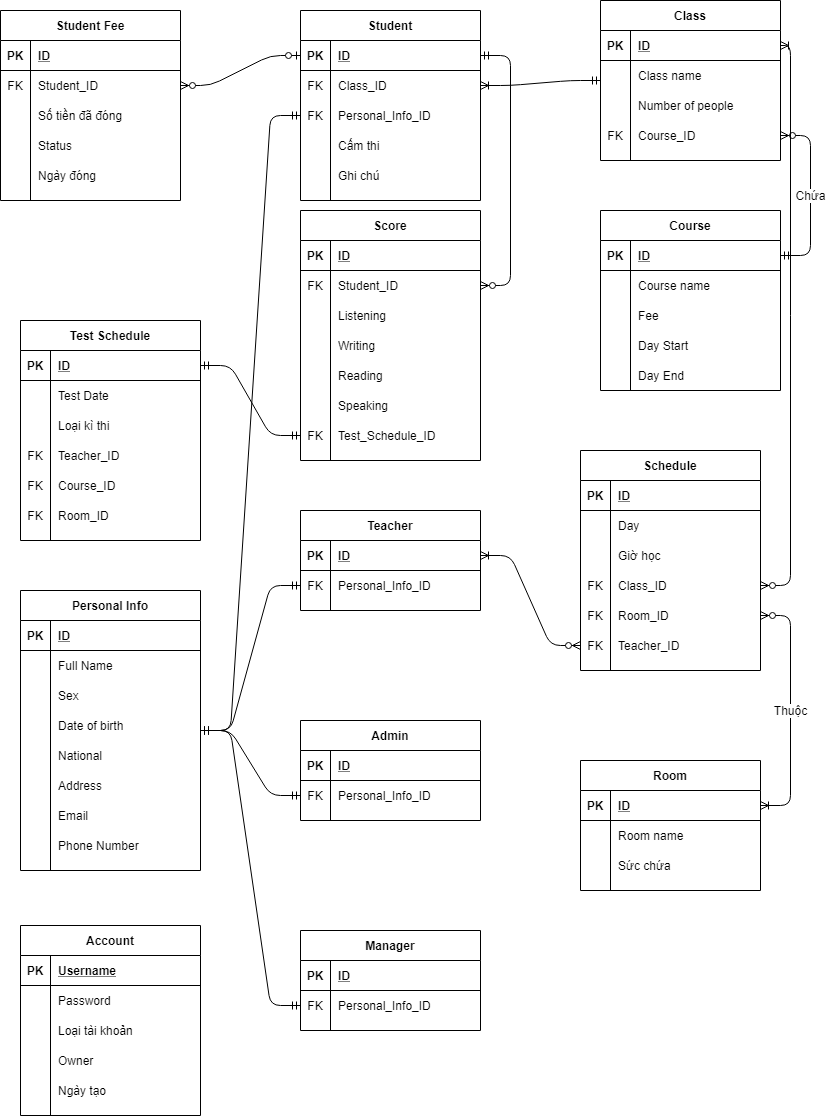
This is ERD QlyHocVienTTAVpng.png from truongthang2211/QlyHocVienTTAV, a draw.io export, as it was before one commit. Source tidied: cells renumbered, new cells last; positions are measured from the earlier drawing's top-left corner, leaving out a move shared by most shapes.
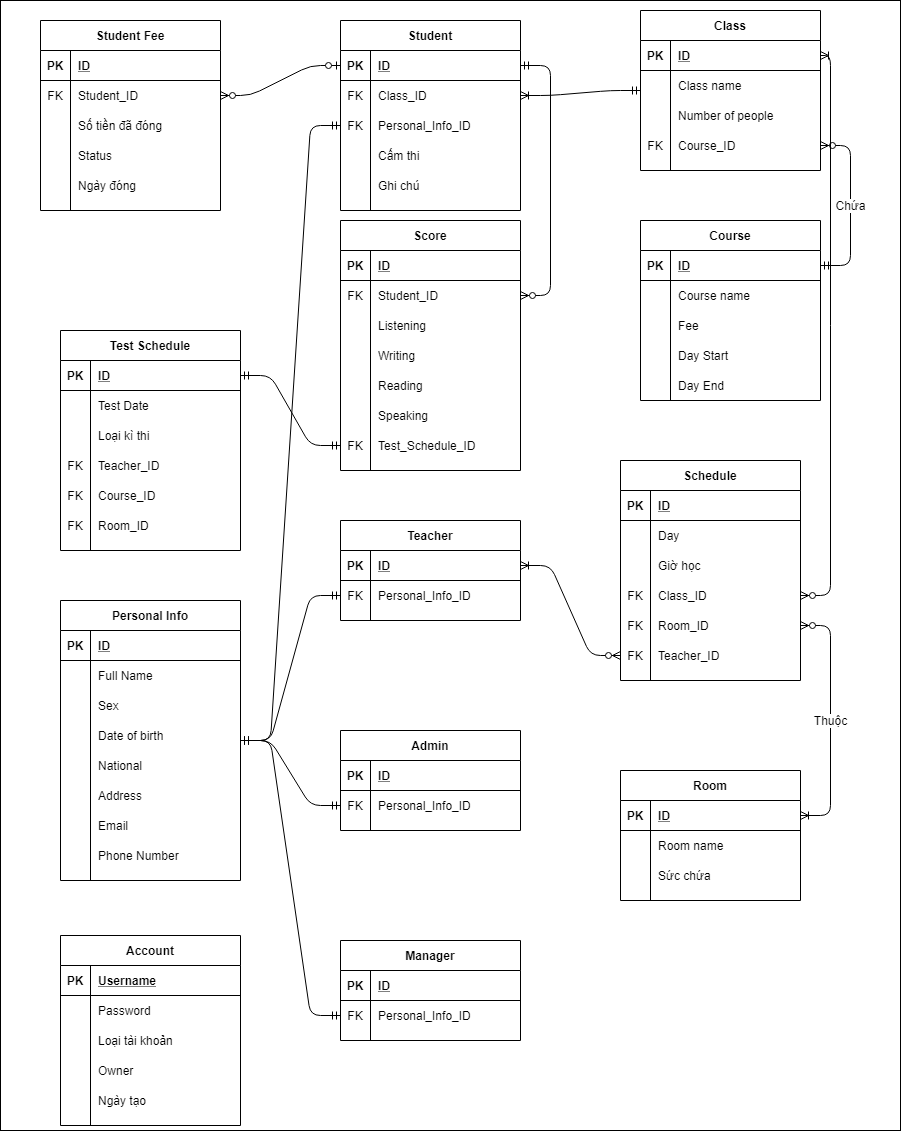
After the commit.

The edit, as a diff of the source:
```diff
@@ -2,6 +2,9 @@
   <root>
     <mxCell id="0" />
     <mxCell id="1" parent="0" />
+    <mxCell id="207" style="rounded=0;whiteSpace=wrap;html=1;" parent="1" vertex="1">
+      <mxGeometry x="-40" y="-10" width="900" height="1130" as="geometry" />
+    </mxCell>
     <mxCell id="2" value="Student" style="shape=table;startSize=30;rowLines=0;fontStyle=1;align=center;" parent="1" vertex="1">
       <mxGeometry x="300" y="10" width="180" height="190" as="geometry" />
     </mxCell>
```
